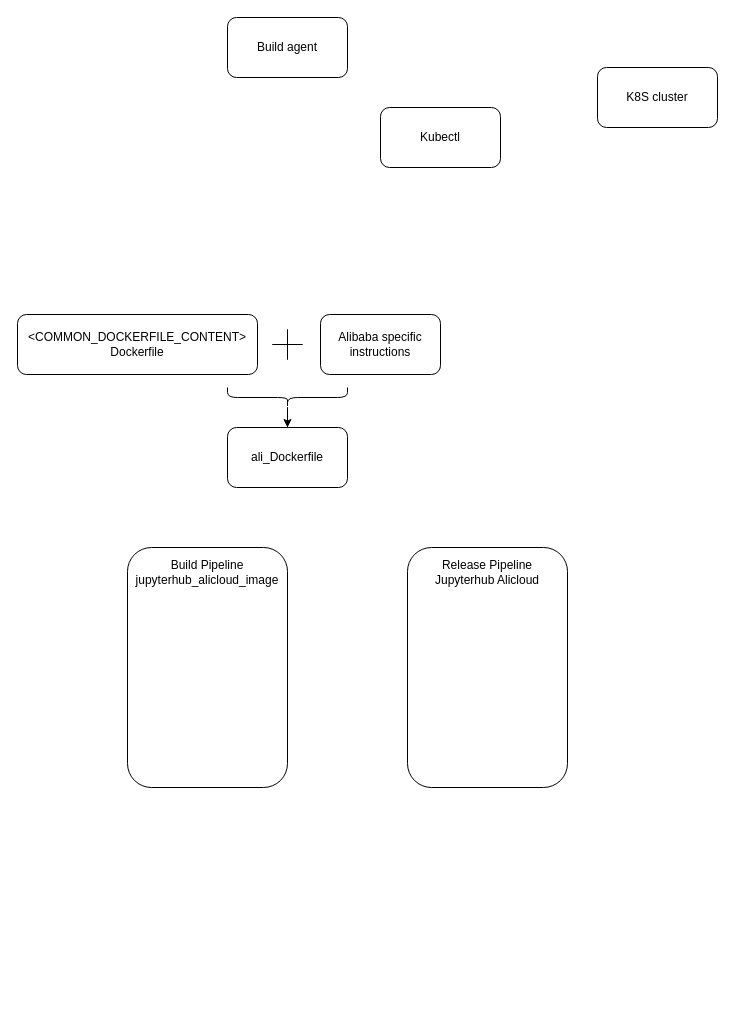
The draw.io diagram azuredevops.drawio in huangdgm/webstore-v2.0, before the edit. Source tidied: cells renumbered, new cells numbered last; positions are measured from the earlier drawing's top-left corner, leaving out a move shared by most shapes. Both pictures are drawn from the tidied source at 100%, with x=0, y=0 at pixel (17, 17).
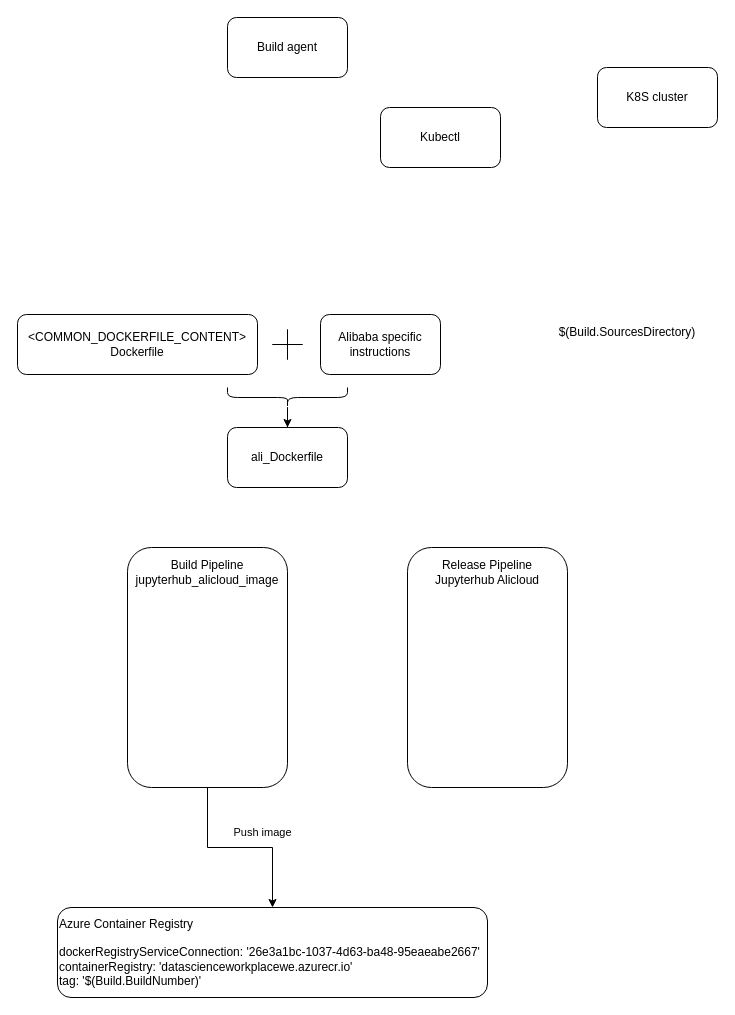
The same page after the edit.

What changed in the source:
```diff
@@
 <mxGraphModel background="#ffffff">
   <root>
     <mxCell id="0" />
     <mxCell id="1" parent="0" />
     <mxCell id="2" value="&amp;lt;COMMON_DOCKERFILE_CONTENT&amp;gt;&lt;br&gt;Dockerfile" style="rounded=1;whiteSpace=wrap;html=1;" parent="1" vertex="1">
       <mxGeometry y="297" width="240" height="60" as="geometry" />
     </mxCell>
     <mxCell id="3" value="Alibaba specific instructions" style="rounded=1;whiteSpace=wrap;html=1;" parent="1" vertex="1">
       <mxGeometry x="303" y="297" width="120" height="60" as="geometry" />
     </mxCell>
     <mxCell id="4" style="shape=cross;whiteSpace=wrap;html=1;size=0;" parent="1" vertex="1">
       <mxGeometry x="255" y="312" width="30" height="30" as="geometry" />
     </mxCell>
     <mxCell id="5" style="edgeStyle=orthogonalEdgeStyle;rounded=0;jettySize=auto;html=1;" parent="1" edge="1" source="6" target="7">
       <mxGeometry relative="1" as="geometry" />
     </mxCell>
     <mxCell id="6" style="shape=curlyBracket;whiteSpace=wrap;html=1;rounded=1;flipH=1;rotation=90;" parent="1" vertex="1">
       <mxGeometry x="260" y="320" width="20" height="120" as="geometry" />
     </mxCell>
     <mxCell id="7" value="ali_Dockerfile" style="whiteSpace=wrap;html=1;rounded=1;" parent="1" vertex="1">
       <mxGeometry x="210" y="410" width="120" height="60" as="geometry" />
     </mxCell>
+    <mxCell id="15" style="edgeStyle=orthogonalEdgeStyle;rounded=0;jettySize=auto;html=1;" parent="1" edge="1" source="8" target="17">
+      <mxGeometry relative="1" as="geometry" />
+    </mxCell>
+    <mxCell id="16" value="Push image" style="edgeLabel;html=1;align=center;verticalAlign=middle;" parent="15" vertex="1">
+      <mxGeometry x="0.24" y="1" relative="1" as="geometry">
+        <mxPoint x="-1" y="-14.1" as="offset" />
+      </mxGeometry>
+    </mxCell>
     <mxCell id="8" style="rounded=1;whiteSpace=wrap;html=1;" parent="1" vertex="1">
       <mxGeometry x="110" y="530" width="160" height="240" as="geometry" />
     </mxCell>
     <mxCell id="9" value="Build Pipeline&lt;br&gt;jupyterhub_alicloud_image" style="text;html=1;strokeColor=none;fillColor=none;align=center;verticalAlign=middle;whiteSpace=wrap;rounded=0;" parent="1" vertex="1">
       <mxGeometry x="110" y="537" width="160" height="35" as="geometry" />
     </mxCell>
     <mxCell id="10" style="rounded=1;whiteSpace=wrap;html=1;" parent="1" vertex="1">
       <mxGeometry x="390" y="530" width="160" height="240" as="geometry" />
     </mxCell>
     <mxCell id="11" value="Release Pipeline&lt;br&gt;Jupyterhub Alicloud" style="text;html=1;strokeColor=none;fillColor=none;align=center;verticalAlign=middle;whiteSpace=wrap;rounded=0;" parent="1" vertex="1">
       <mxGeometry x="390" y="537" width="160" height="35" as="geometry" />
     </mxCell>
     <mxCell id="12" value="Build agent" style="rounded=1;whiteSpace=wrap;html=1;" parent="1" vertex="1">
       <mxGeometry x="210" width="120" height="60" as="geometry" />
     </mxCell>
     <mxCell id="13" value="K8S cluster" style="rounded=1;whiteSpace=wrap;html=1;" parent="1" vertex="1">
       <mxGeometry x="580" y="50" width="120" height="60" as="geometry" />
     </mxCell>
     <mxCell id="14" value="Kubectl" style="rounded=1;whiteSpace=wrap;html=1;" parent="1" vertex="1">
       <mxGeometry x="363" y="90" width="120" height="60" as="geometry" />
     </mxCell>
+    <mxCell id="17" value="Azure Container Registry&lt;br&gt;&lt;br&gt;dockerRegistryServiceConnection: '26e3a1bc-1037-4d63-ba48-95eaeabe2667'&lt;br&gt;&lt;div&gt;containerRegistry: 'datascienceworkplacewe.azurecr.io'&lt;/div&gt;&lt;div&gt;&lt;span&gt;tag: '$(Build.BuildNumber)'&lt;/span&gt;&lt;/div&gt;" style="rounded=1;whiteSpace=wrap;html=1;align=left;" parent="1" vertex="1">
+      <mxGeometry x="40" y="890" width="430" height="90" as="geometry" />
+    </mxCell>
+    <mxCell id="18" value="$(Build.SourcesDirectory)" style="text;html=1;strokeColor=none;fillColor=none;align=center;verticalAlign=middle;whiteSpace=wrap;rounded=0;" parent="1" vertex="1">
+      <mxGeometry x="530" y="240" width="160" height="150" as="geometry" />
+    </mxCell>
   </root>
 </mxGraphModel>
```
